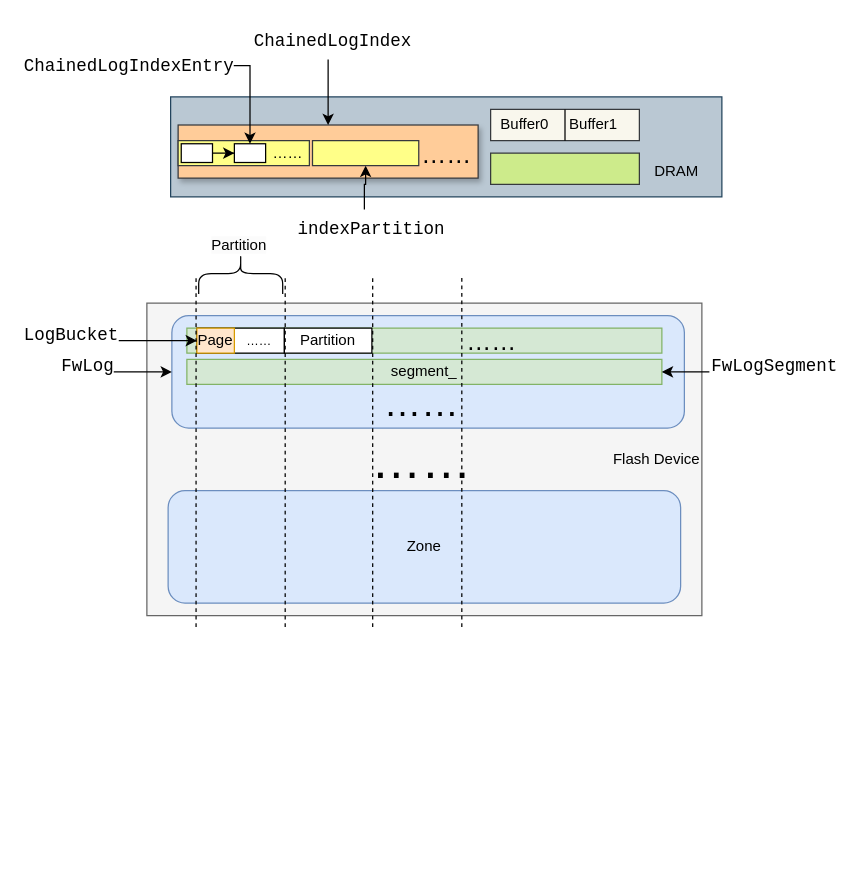
This is 未命名绘图.drawio from reatcat/Drawio, a draw.io file, before an edit. Source tidied: cells renumbered, new cells numbered last; positions are measured from the earlier drawing's top-left corner, leaving out a move shared by most shapes. Both pictures are drawn from the tidied source at 125%, with x=0, y=0 at pixel (21, 21).
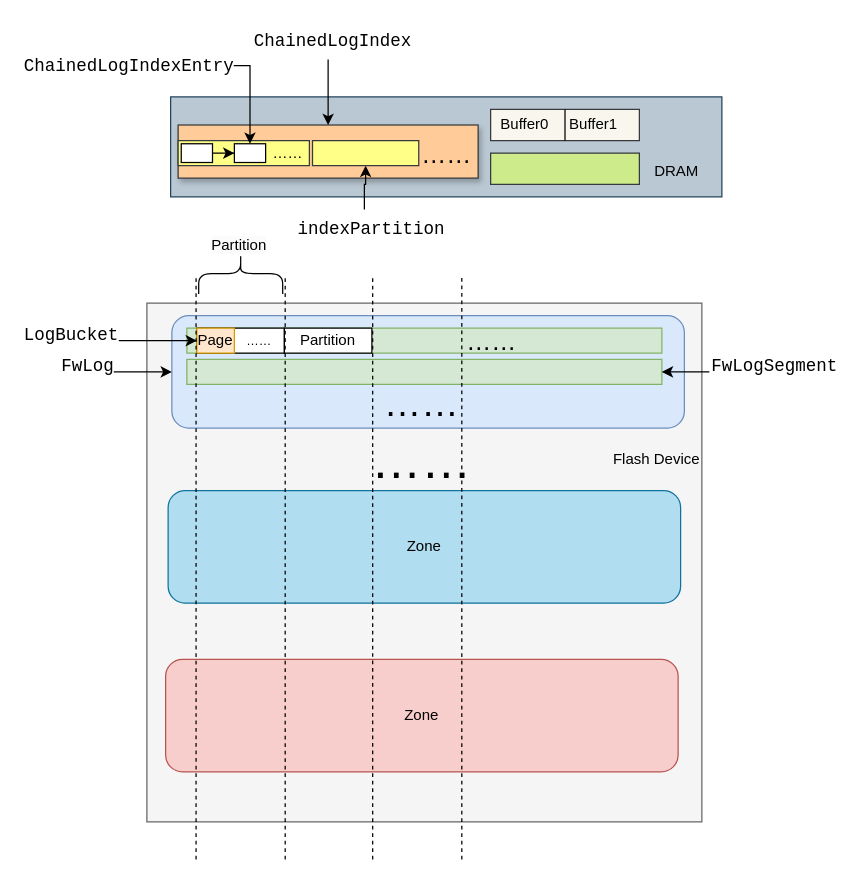
The same page after the edit.

Commit message:
更新未命名绘图.drawio

Change to the diagram source:
```diff
@@
+    <mxCell id="3" style="rounded=0;whiteSpace=wrap;html=1;shadow=0;fillColor=#f5f5f5;fontColor=#333333;strokeColor=#666666;" parent="1" vertex="1">
+      <mxGeometry x="100" y="225" width="444" height="415" as="geometry" />
+    </mxCell>
+    <mxCell id="48" value="Zone" style="rounded=1;whiteSpace=wrap;html=1;fillColor=#f8cecc;strokeColor=#b85450;" parent="1" vertex="1">
+      <mxGeometry x="115" y="510" width="410" height="90" as="geometry" />
+    </mxCell>
@@
-    <mxCell id="3" style="rounded=0;whiteSpace=wrap;html=1;shadow=0;fillColor=#f5f5f5;fontColor=#333333;strokeColor=#666666;" parent="1" vertex="1">
-      <mxGeometry x="100" y="225" width="444" height="250" as="geometry" />
-    </mxCell>
@@
-    <mxCell id="5" value="Zone" style="rounded=1;whiteSpace=wrap;html=1;fillColor=#dae8fc;strokeColor=#6c8ebf;" parent="1" vertex="1">
+    <mxCell id="5" value="Zone" style="rounded=1;whiteSpace=wrap;html=1;fillColor=#b1ddf0;strokeColor=#10739e;" parent="1" vertex="1">
       <mxGeometry x="117" y="375" width="410" height="90" as="geometry" />
     </mxCell>
@@
-    <mxCell id="9" value="segment_" style="rounded=0;whiteSpace=wrap;html=1;fillColor=#d5e8d4;strokeColor=#82b366;" parent="1" vertex="1">
+    <mxCell id="9" style="rounded=0;whiteSpace=wrap;html=1;fillColor=#d5e8d4;strokeColor=#82b366;" parent="1" vertex="1">
       <mxGeometry x="132" y="270" width="380" height="20" as="geometry" />
     </mxCell>
@@
     <mxCell id="36" style="line;strokeWidth=1;direction=south;html=1;rotation=0;dashed=1;" parent="1" vertex="1">
-      <mxGeometry x="175" y="205" width="71.3" height="280" as="geometry" />
+      <mxGeometry x="175" y="205" width="71.3" height="465" as="geometry" />
     </mxCell>
     <mxCell id="37" style="line;strokeWidth=1;direction=south;html=1;rotation=0;dashed=1;" parent="1" vertex="1">
-      <mxGeometry x="103.7" y="205" width="71.3" height="280" as="geometry" />
+      <mxGeometry x="103.7" y="205" width="71.3" height="465" as="geometry" />
     </mxCell>
     <mxCell id="38" style="line;strokeWidth=1;direction=south;html=1;rotation=0;dashed=1;" parent="1" vertex="1">
-      <mxGeometry x="245" y="205" width="71.3" height="280" as="geometry" />
+      <mxGeometry x="245" y="205" width="71.3" height="465" as="geometry" />
     </mxCell>
     <mxCell id="39" style="line;strokeWidth=1;direction=south;html=1;rotation=0;dashed=1;" parent="1" vertex="1">
-      <mxGeometry x="316.3" y="205" width="71.3" height="280" as="geometry" />
+      <mxGeometry x="316.3" y="205" width="71.3" height="465" as="geometry" />
     </mxCell>
```
